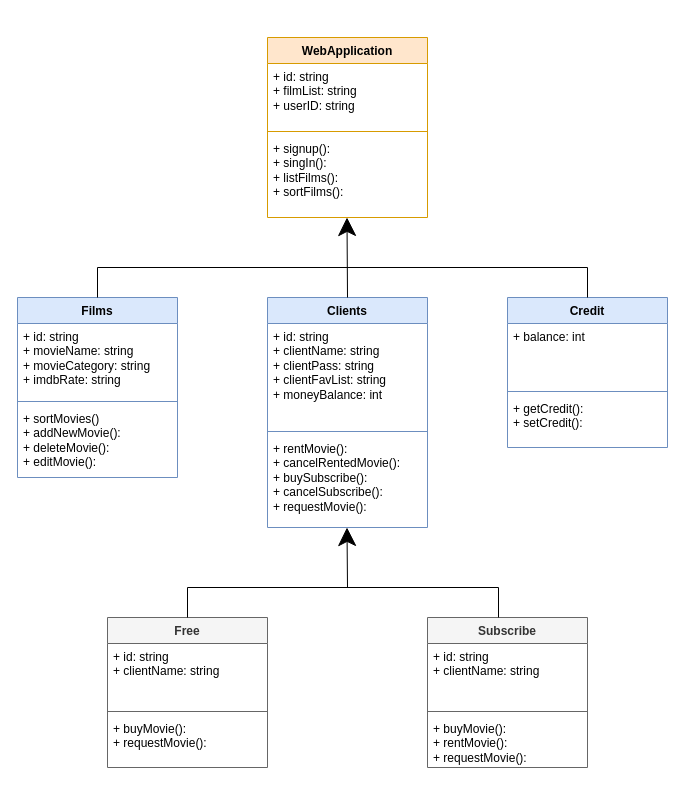
Earlier version of the draw.io diagram OOP/MovieManagement/MovieManagement.drawio (ikizoglu/PatikaWorks). Source tidied: cells renumbered, new cells numbered last; positions are measured from the earlier drawing's top-left corner, leaving out a move shared by most shapes. Both pictures are drawn from the tidied source at 100%, with x=0, y=0 at pixel (17, 37).
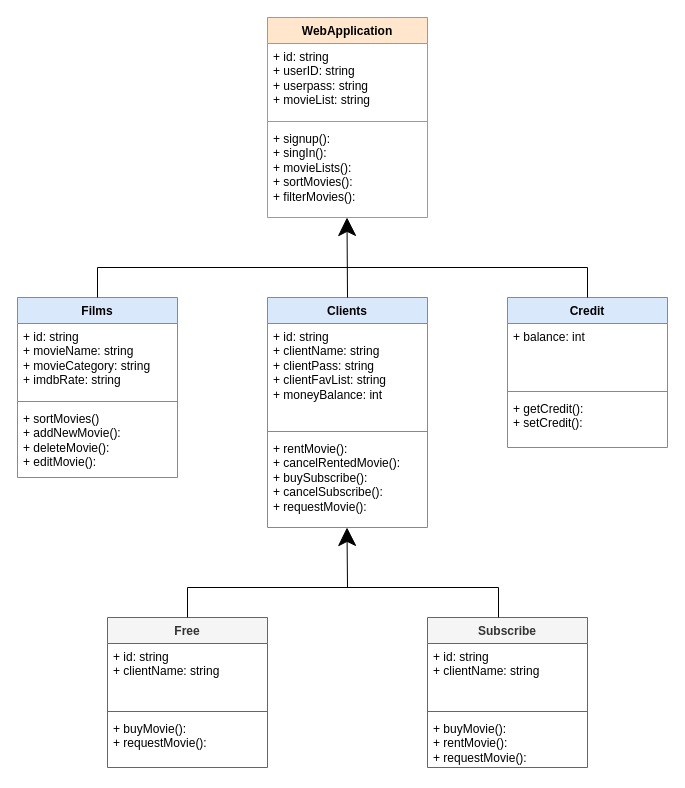
After the change.

Diff of the diagram source:
```diff
@@
     <mxCell id="2" value="WebApplication" style="swimlane;fontStyle=1;align=center;verticalAlign=top;horizontal=1;startSize=26;whiteSpace=wrap;html=1;fillColor=#ffe6cc;strokeColor=#d79b00;" parent="1" vertex="1">
-      <mxGeometry x="250" width="160" height="180" as="geometry" />
+      <mxGeometry x="250" y="-20" width="160" height="200" as="geometry" />
     </mxCell>
-    <mxCell id="3" value="&lt;div&gt;+ id: string&lt;/div&gt;&lt;div&gt;+ filmList: string&lt;/div&gt;&lt;div&gt;+ userID: string&lt;/div&gt;" style="text;strokeColor=none;fillColor=none;align=left;verticalAlign=top;spacingLeft=4;spacingRight=4;overflow=hidden;whiteSpace=wrap;html=1;" parent="2" vertex="1">
-      <mxGeometry y="26" width="160" height="64" as="geometry" />
+    <mxCell id="3" value="&lt;div&gt;+ id: string&lt;/div&gt;&lt;div&gt;&lt;span style=&quot;background-color: initial;&quot;&gt;+ userID: string&lt;/span&gt;&lt;br&gt;&lt;/div&gt;&lt;div&gt;+ userpass: string&lt;/div&gt;&lt;div&gt;&lt;div&gt;+ movieList: string&lt;/div&gt;&lt;/div&gt;&lt;div&gt;&lt;br&gt;&lt;/div&gt;" style="text;strokeColor=none;fillColor=none;align=left;verticalAlign=top;spacingLeft=4;spacingRight=4;overflow=hidden;whiteSpace=wrap;html=1;" parent="2" vertex="1">
+      <mxGeometry y="26" width="160" height="74" as="geometry" />
     </mxCell>
     <mxCell id="4" style="line;strokeWidth=1;fillColor=none;align=left;verticalAlign=middle;spacingTop=-1;spacingLeft=3;spacingRight=3;labelPosition=right;strokeColor=inherit;" parent="2" vertex="1">
-      <mxGeometry y="90" width="160" height="8" as="geometry" />
+      <mxGeometry y="100" width="160" height="8" as="geometry" />
     </mxCell>
-    <mxCell id="5" value="&lt;div&gt;+ signup():&amp;nbsp;&lt;/div&gt;&lt;div&gt;+ singIn():&lt;/div&gt;&lt;div&gt;+ listFilms():&amp;nbsp;&lt;br&gt;&lt;/div&gt;&lt;div&gt;+ sortFilms():&lt;/div&gt;&lt;div&gt;&lt;br&gt;&lt;/div&gt;" style="text;strokeColor=none;fillColor=none;align=left;verticalAlign=top;spacingLeft=4;spacingRight=4;overflow=hidden;whiteSpace=wrap;html=1;" parent="2" vertex="1">
-      <mxGeometry y="98" width="160" height="82" as="geometry" />
+    <mxCell id="5" value="&lt;div&gt;+ signup():&amp;nbsp;&lt;/div&gt;&lt;div&gt;+ singIn():&lt;/div&gt;&lt;div&gt;+ movieLists():&amp;nbsp;&lt;br&gt;&lt;/div&gt;&lt;div&gt;+ sortMovies():&lt;/div&gt;&lt;div&gt;+ filterMovies():&lt;/div&gt;&lt;div&gt;&lt;br&gt;&lt;/div&gt;" style="text;strokeColor=none;fillColor=none;align=left;verticalAlign=top;spacingLeft=4;spacingRight=4;overflow=hidden;whiteSpace=wrap;html=1;" parent="2" vertex="1">
+      <mxGeometry y="108" width="160" height="92" as="geometry" />
     </mxCell>
```
